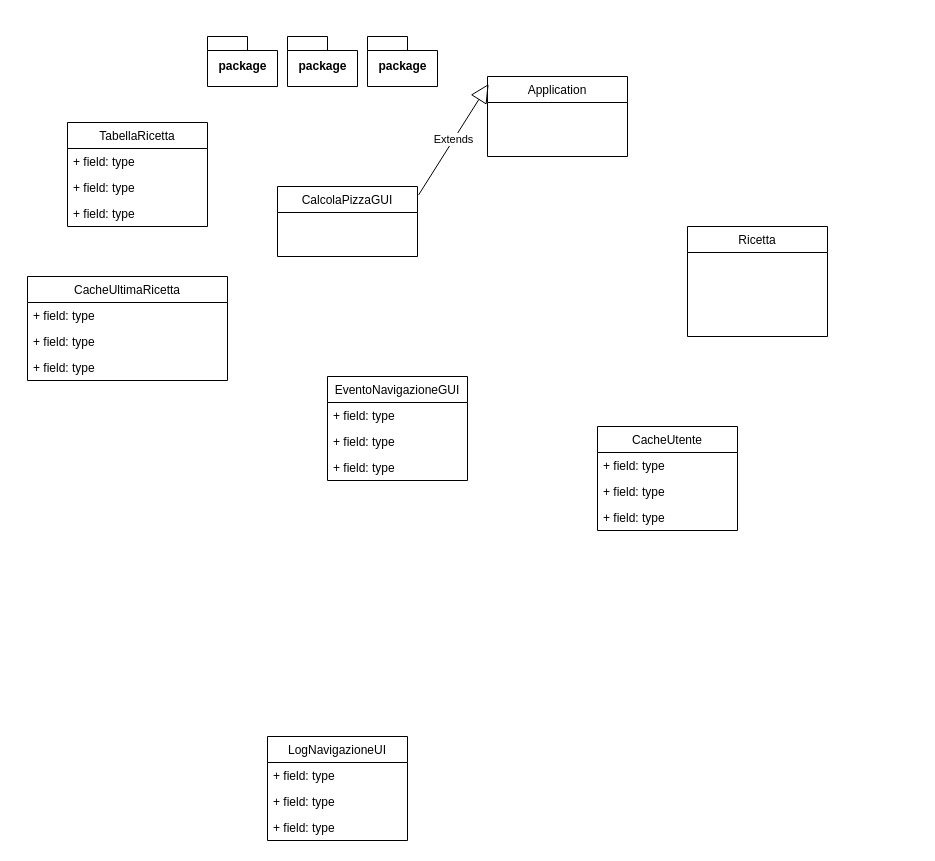
This is CalcolaPizza_CDiag.drawio from micki10/CalcolaPizza, a draw.io file, before an edit. Source tidied: cells renumbered, new cells numbered last; positions are measured from the earlier drawing's top-left corner, leaving out a move shared by most shapes. Both pictures are drawn from the tidied source at 100%, with x=0, y=0 at pixel (27, 36).
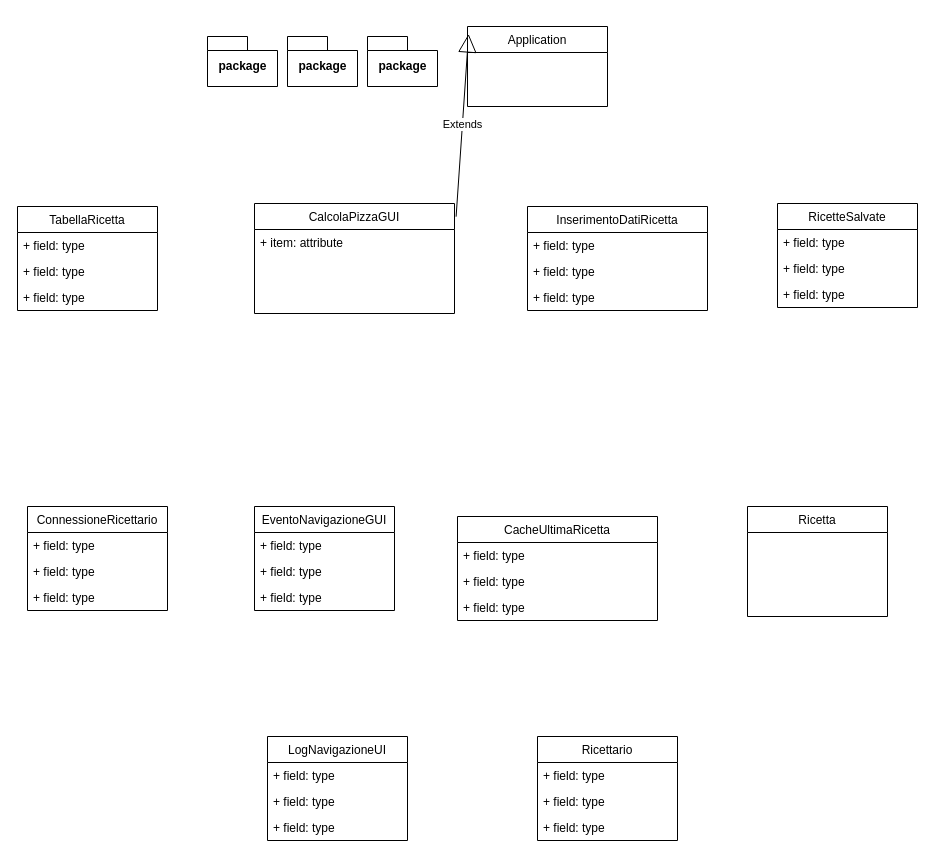
After the change.

The edit, as a diff of the source:
```diff
@@
     <mxCell id="2" value="CalcolaPizzaGUI" style="swimlane;fontStyle=0;horizontal=1;startSize=26;fillColor=none;" parent="1" vertex="1">
-      <mxGeometry x="250" y="150" width="140" height="70" as="geometry" />
+      <mxGeometry x="227" y="167" width="200" height="110" as="geometry" />
     </mxCell>
+    <mxCell id="29" value="+ item: attribute" style="text;strokeColor=none;fillColor=none;align=left;verticalAlign=top;spacingLeft=4;spacingRight=4;overflow=hidden;" parent="2" vertex="1">
+      <mxGeometry y="26" width="200" height="84" as="geometry" />
+    </mxCell>
     <mxCell id="3" value="Application" style="swimlane;fontStyle=0;horizontal=1;startSize=26;fillColor=none;" parent="1" vertex="1">
-      <mxGeometry x="460" y="40" width="140" height="80" as="geometry" />
+      <mxGeometry x="440" y="-10" width="140" height="80" as="geometry" />
     </mxCell>
@@
     <mxCell id="5" value="Ricetta" style="swimlane;fontStyle=0;horizontal=1;startSize=26;fillColor=none;" parent="1" vertex="1">
-      <mxGeometry x="660" y="190" width="140" height="110" as="geometry" />
+      <mxGeometry x="720" y="470" width="140" height="110" as="geometry" />
     </mxCell>
     <mxCell id="6" value="TabellaRicetta" style="swimlane;fontStyle=0;horizontal=1;startSize=26;fillColor=none;" parent="1" vertex="1">
-      <mxGeometry x="40" y="86" width="140" height="104" as="geometry" />
+      <mxGeometry x="-10" y="170" width="140" height="104" as="geometry" />
     </mxCell>
@@
     <mxCell id="13" value="EventoNavigazioneGUI" style="swimlane;fontStyle=0;horizontal=1;startSize=26;fillColor=none;" parent="1" vertex="1">
-      <mxGeometry x="300" y="340" width="140" height="104" as="geometry" />
+      <mxGeometry x="227" y="470" width="140" height="104" as="geometry" />
     </mxCell>
@@
     <mxCell id="17" value="CacheUltimaRicetta" style="swimlane;fontStyle=0;horizontal=1;startSize=26;fillColor=none;" parent="1" vertex="1">
-      <mxGeometry y="240" width="200" height="104" as="geometry" />
+      <mxGeometry x="430" y="480" width="200" height="104" as="geometry" />
     </mxCell>
@@
-    <mxCell id="21" value="CacheUtente" style="swimlane;fontStyle=0;horizontal=1;startSize=26;fillColor=none;" parent="1" vertex="1">
-      <mxGeometry x="570" y="390" width="140" height="104" as="geometry" />
-    </mxCell>
-    <mxCell id="22" value="+ field: type" style="text;strokeColor=none;fillColor=none;align=left;verticalAlign=top;spacingLeft=4;spacingRight=4;overflow=hidden;" parent="21" vertex="1">
-      <mxGeometry y="26" width="140" height="26" as="geometry" />
-    </mxCell>
-    <mxCell id="23" value="+ field: type" style="text;strokeColor=none;fillColor=none;align=left;verticalAlign=top;spacingLeft=4;spacingRight=4;overflow=hidden;" parent="21" vertex="1">
-      <mxGeometry y="52" width="140" height="26" as="geometry" />
-    </mxCell>
-    <mxCell id="24" value="+ field: type" style="text;strokeColor=none;fillColor=none;align=left;verticalAlign=top;spacingLeft=4;spacingRight=4;overflow=hidden;" parent="21" vertex="1">
-      <mxGeometry y="78" width="140" height="26" as="geometry" />
-    </mxCell>
@@
+    <mxCell id="30" value="ConnessioneRicettario" style="swimlane;fontStyle=0;horizontal=1;startSize=26;fillColor=none;" parent="1" vertex="1">
+      <mxGeometry y="470" width="140" height="104" as="geometry" />
+    </mxCell>
+    <mxCell id="31" value="+ field: type" style="text;strokeColor=none;fillColor=none;align=left;verticalAlign=top;spacingLeft=4;spacingRight=4;overflow=hidden;" parent="30" vertex="1">
+      <mxGeometry y="26" width="140" height="26" as="geometry" />
+    </mxCell>
+    <mxCell id="32" value="+ field: type" style="text;strokeColor=none;fillColor=none;align=left;verticalAlign=top;spacingLeft=4;spacingRight=4;overflow=hidden;" parent="30" vertex="1">
+      <mxGeometry y="52" width="140" height="26" as="geometry" />
+    </mxCell>
+    <mxCell id="33" value="+ field: type" style="text;strokeColor=none;fillColor=none;align=left;verticalAlign=top;spacingLeft=4;spacingRight=4;overflow=hidden;" parent="30" vertex="1">
+      <mxGeometry y="78" width="140" height="26" as="geometry" />
+    </mxCell>
+    <mxCell id="34" value="Ricettario" style="swimlane;fontStyle=0;horizontal=1;startSize=26;fillColor=none;" parent="1" vertex="1">
+      <mxGeometry x="510" y="700" width="140" height="104" as="geometry" />
+    </mxCell>
+    <mxCell id="35" value="+ field: type" style="text;strokeColor=none;fillColor=none;align=left;verticalAlign=top;spacingLeft=4;spacingRight=4;overflow=hidden;" parent="34" vertex="1">
+      <mxGeometry y="26" width="140" height="26" as="geometry" />
+    </mxCell>
+    <mxCell id="36" value="+ field: type" style="text;strokeColor=none;fillColor=none;align=left;verticalAlign=top;spacingLeft=4;spacingRight=4;overflow=hidden;" parent="34" vertex="1">
+      <mxGeometry y="52" width="140" height="26" as="geometry" />
+    </mxCell>
+    <mxCell id="37" value="+ field: type" style="text;strokeColor=none;fillColor=none;align=left;verticalAlign=top;spacingLeft=4;spacingRight=4;overflow=hidden;" parent="34" vertex="1">
+      <mxGeometry y="78" width="140" height="26" as="geometry" />
+    </mxCell>
+    <mxCell id="38" value="InserimentoDatiRicetta" style="swimlane;fontStyle=0;horizontal=1;startSize=26;fillColor=none;" parent="1" vertex="1">
+      <mxGeometry x="500" y="170" width="180" height="104" as="geometry" />
+    </mxCell>
+    <mxCell id="39" value="+ field: type" style="text;strokeColor=none;fillColor=none;align=left;verticalAlign=top;spacingLeft=4;spacingRight=4;overflow=hidden;" parent="38" vertex="1">
+      <mxGeometry y="26" width="180" height="26" as="geometry" />
+    </mxCell>
+    <mxCell id="40" value="+ field: type" style="text;strokeColor=none;fillColor=none;align=left;verticalAlign=top;spacingLeft=4;spacingRight=4;overflow=hidden;" parent="38" vertex="1">
+      <mxGeometry y="52" width="180" height="26" as="geometry" />
+    </mxCell>
+    <mxCell id="41" value="+ field: type" style="text;strokeColor=none;fillColor=none;align=left;verticalAlign=top;spacingLeft=4;spacingRight=4;overflow=hidden;" parent="38" vertex="1">
+      <mxGeometry y="78" width="180" height="26" as="geometry" />
+    </mxCell>
+    <mxCell id="42" value="RicetteSalvate" style="swimlane;fontStyle=0;horizontal=1;startSize=26;fillColor=none;" parent="1" vertex="1">
+      <mxGeometry x="750" y="167" width="140" height="104" as="geometry" />
+    </mxCell>
+    <mxCell id="43" value="+ field: type" style="text;strokeColor=none;fillColor=none;align=left;verticalAlign=top;spacingLeft=4;spacingRight=4;overflow=hidden;" parent="42" vertex="1">
+      <mxGeometry y="26" width="140" height="26" as="geometry" />
+    </mxCell>
+    <mxCell id="44" value="+ field: type" style="text;strokeColor=none;fillColor=none;align=left;verticalAlign=top;spacingLeft=4;spacingRight=4;overflow=hidden;" parent="42" vertex="1">
+      <mxGeometry y="52" width="140" height="26" as="geometry" />
+    </mxCell>
+    <mxCell id="45" value="+ field: type" style="text;strokeColor=none;fillColor=none;align=left;verticalAlign=top;spacingLeft=4;spacingRight=4;overflow=hidden;" parent="42" vertex="1">
+      <mxGeometry y="78" width="140" height="26" as="geometry" />
+    </mxCell>
```
